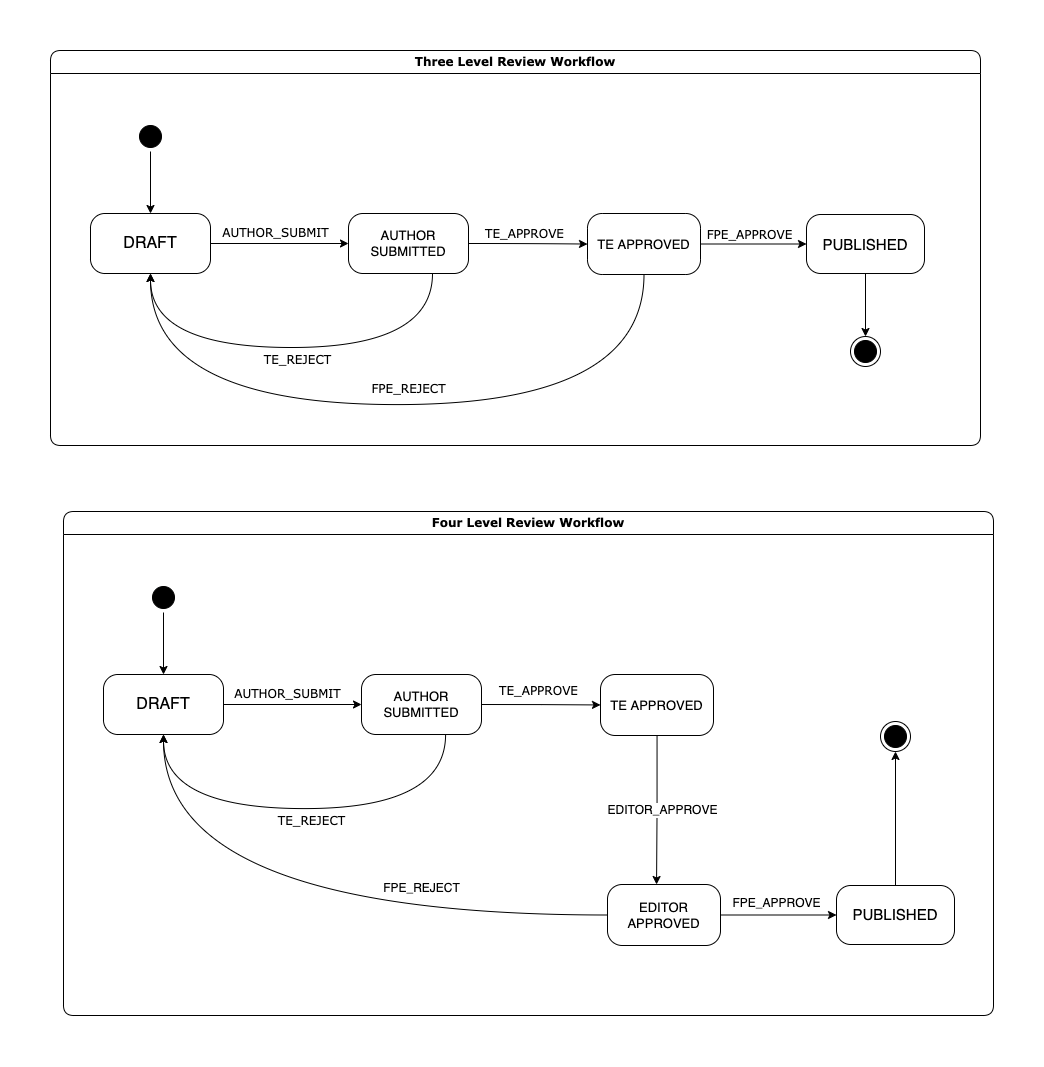
realpacific/spring-statemachine-hateoas-demo keeps this draw.io diagram as state_diagram.png. Above is the earlier version. Source tidied: cells renumbered, new cells last; positions are measured from the earlier drawing's top-left corner, leaving out a move shared by most shapes. Source of this version:
```xml
<mxGraphModel>
  <root>
    <mxCell id="0" />
    <mxCell id="1" parent="0" />
    <mxCell id="2" value="Three Level Review Workflow" style="swimlane;whiteSpace=wrap;html=1;rounded=1;shadow=0;comic=0;labelBackgroundColor=none;strokeWidth=1;fontFamily=Verdana;fontSize=12;align=center;" parent="1" vertex="1">
      <mxGeometry width="930" height="395" as="geometry" />
    </mxCell>
    <mxCell id="3" style="ellipse;html=1;shape=endState;rounded=1;shadow=0;comic=0;labelBackgroundColor=none;fontFamily=Verdana;fontSize=12;align=center;fillColor=#000000;" parent="2" vertex="1">
      <mxGeometry x="800" y="286" width="30" height="30" as="geometry" />
    </mxCell>
    <mxCell id="4" style="edgeStyle=orthogonalEdgeStyle;rounded=1;jettySize=auto;html=1;fontFamily=Helvetica;fontSize=16;curved=1;" parent="2" edge="1" source="5" target="13">
      <mxGeometry relative="1" as="geometry" />
    </mxCell>
    <mxCell id="5" value="&lt;p style=&quot;font-size: 16px;&quot;&gt;&lt;font style=&quot;font-size: 16px;&quot;&gt;DRAFT&lt;/font&gt;&lt;/p&gt;" style="rounded=1;whiteSpace=wrap;html=1;arcSize=24;shadow=0;comic=0;labelBackgroundColor=none;fontFamily=Helvetica;fontSize=16;align=center;" parent="2" vertex="1">
      <mxGeometry x="40" y="163" width="120" height="60" as="geometry" />
    </mxCell>
    <mxCell id="6" style="edgeStyle=orthogonalEdgeStyle;rounded=1;jettySize=auto;html=1;exitX=1;exitY=0.5;exitDx=0;exitDy=0;fontFamily=Helvetica;fontSize=16;curved=1;" parent="2" edge="1" source="8" target="10">
      <mxGeometry relative="1" as="geometry" />
    </mxCell>
    <mxCell id="7" style="edgeStyle=orthogonalEdgeStyle;curved=1;jettySize=auto;html=1;exitX=0.5;exitY=1;exitDx=0;exitDy=0;entryX=0.5;entryY=1;entryDx=0;entryDy=0;rounded=1;" parent="2" edge="1" source="8" target="5">
      <mxGeometry relative="1" as="geometry">
        <Array as="points">
          <mxPoint x="593" y="354" />
          <mxPoint x="100" y="354" />
        </Array>
      </mxGeometry>
    </mxCell>
    <mxCell id="8" value="&lt;span style=&quot;font-family: &amp;#34;helvetica&amp;#34;&quot;&gt;&lt;font style=&quot;font-size: 13px&quot;&gt;TE APPROVED&lt;/font&gt;&lt;/span&gt;" style="rounded=1;whiteSpace=wrap;html=1;arcSize=24;shadow=0;comic=0;labelBackgroundColor=none;fontFamily=Verdana;fontSize=12;align=center;" parent="2" vertex="1">
      <mxGeometry x="537" y="163" width="113" height="61" as="geometry" />
    </mxCell>
    <mxCell id="9" style="edgeStyle=orthogonalEdgeStyle;curved=0;rounded=1;jettySize=auto;html=1;entryX=0.5;entryY=0;entryDx=0;entryDy=0;" parent="2" edge="1" source="10" target="3">
      <mxGeometry relative="1" as="geometry" />
    </mxCell>
    <mxCell id="10" value="&lt;span style=&quot;font-family: &amp;#34;helvetica&amp;#34;&quot;&gt;&lt;font style=&quot;font-size: 15px&quot;&gt;PUBLISHED&lt;/font&gt;&lt;/span&gt;" style="rounded=1;whiteSpace=wrap;html=1;arcSize=24;shadow=0;comic=0;labelBackgroundColor=none;fontFamily=Verdana;fontSize=12;align=center;" parent="2" vertex="1">
      <mxGeometry x="756" y="164" width="118" height="59" as="geometry" />
    </mxCell>
    <mxCell id="11" style="edgeStyle=orthogonalEdgeStyle;rounded=1;jettySize=auto;html=1;exitX=1;exitY=0.5;exitDx=0;exitDy=0;fontFamily=Helvetica;fontSize=16;curved=1;" parent="2" edge="1" source="13" target="8">
      <mxGeometry relative="1" as="geometry" />
    </mxCell>
    <mxCell id="12" style="edgeStyle=orthogonalEdgeStyle;curved=1;jettySize=auto;html=1;entryX=0.5;entryY=1;entryDx=0;entryDy=0;rounded=1;" parent="2" edge="1" source="13" target="5">
      <mxGeometry relative="1" as="geometry">
        <Array as="points">
          <mxPoint x="382" y="297" />
          <mxPoint x="100" y="297" />
        </Array>
      </mxGeometry>
    </mxCell>
    <mxCell id="13" value="&lt;p style=&quot;font-size: 13px;&quot;&gt;&lt;font style=&quot;font-size: 13px;&quot;&gt;AUTHOR SUBMITTED&lt;/font&gt;&lt;/p&gt;" style="rounded=1;whiteSpace=wrap;html=1;arcSize=24;shadow=0;comic=0;labelBackgroundColor=none;fontFamily=Helvetica;fontSize=13;align=center;" parent="2" vertex="1">
      <mxGeometry x="298" y="163" width="120" height="60" as="geometry" />
    </mxCell>
    <mxCell id="14" style="edgeStyle=orthogonalEdgeStyle;rounded=1;jettySize=auto;html=1;exitX=1;exitY=0.5;exitDx=0;exitDy=0;fontFamily=Helvetica;fontSize=16;curved=1;" parent="2" edge="1" source="15" target="5">
      <mxGeometry relative="1" as="geometry" />
    </mxCell>
    <mxCell id="15" style="ellipse;html=1;shape=startState;rounded=1;shadow=0;comic=0;labelBackgroundColor=none;fontFamily=Verdana;fontSize=12;align=center;direction=south;fillColor=#000000;" parent="2" vertex="1">
      <mxGeometry x="85" y="71" width="30" height="30" as="geometry" />
    </mxCell>
    <mxCell id="16" value="AUTHOR_SUBMIT" style="text;html=1;align=center;verticalAlign=middle;strokeColor=none;fillColor=none;fontSize=12;fontFamily=Verdana;rounded=1;fontStyle=0;" parent="2" vertex="1">
      <mxGeometry x="166" y="174" width="117" height="18" as="geometry" />
    </mxCell>
    <mxCell id="17" value="FPE_REJECT" style="text;html=1;align=center;verticalAlign=middle;strokeColor=none;fillColor=none;fontSize=12;fontFamily=Verdana;rounded=1;fontStyle=0;" parent="2" vertex="1">
      <mxGeometry x="319" y="330" width="78" height="17" as="geometry" />
    </mxCell>
    <mxCell id="18" value="TE_REJECT" style="text;html=1;align=center;verticalAlign=middle;strokeColor=none;fillColor=none;rounded=1;fontFamily=Verdana;fontStyle=0;" parent="2" vertex="1">
      <mxGeometry x="208" y="301" width="79" height="18" as="geometry" />
    </mxCell>
    <mxCell id="19" value="TE_APPROVE" style="text;html=1;align=center;verticalAlign=middle;strokeColor=none;fillColor=none;fontSize=12;fontFamily=Verdana;rounded=1;fontStyle=0;" parent="1" vertex="1">
      <mxGeometry x="433" y="175" width="82" height="17" as="geometry" />
    </mxCell>
    <mxCell id="20" value="FPE_APPROVE" style="text;html=1;align=center;verticalAlign=middle;strokeColor=none;fillColor=none;fontSize=12;fontFamily=Verdana;rounded=1;fontStyle=0;" parent="1" vertex="1">
      <mxGeometry x="655" y="176" width="88" height="17" as="geometry" />
    </mxCell>
    <mxCell id="21" value="Four Level Review Workflow" style="swimlane;whiteSpace=wrap;html=1;rounded=1;shadow=0;comic=0;labelBackgroundColor=none;strokeWidth=1;fontFamily=Verdana;fontSize=12;align=center;" parent="1" vertex="1">
      <mxGeometry x="13" y="461" width="930" height="504" as="geometry" />
    </mxCell>
    <mxCell id="22" style="ellipse;html=1;shape=endState;rounded=1;shadow=0;comic=0;labelBackgroundColor=none;fontFamily=Verdana;fontSize=12;align=center;fillColor=#000000;" parent="21" vertex="1">
      <mxGeometry x="817" y="210" width="30" height="30" as="geometry" />
    </mxCell>
    <mxCell id="23" style="edgeStyle=orthogonalEdgeStyle;rounded=1;jettySize=auto;html=1;fontFamily=Helvetica;fontSize=16;curved=1;" parent="21" edge="1" source="24" target="31">
      <mxGeometry relative="1" as="geometry" />
    </mxCell>
    <mxCell id="24" value="&lt;p style=&quot;font-size: 16px;&quot;&gt;&lt;font style=&quot;font-size: 16px;&quot;&gt;DRAFT&lt;/font&gt;&lt;/p&gt;" style="rounded=1;whiteSpace=wrap;html=1;arcSize=24;shadow=0;comic=0;labelBackgroundColor=none;fontFamily=Helvetica;fontSize=16;align=center;" parent="21" vertex="1">
      <mxGeometry x="40" y="163" width="120" height="60" as="geometry" />
    </mxCell>
    <mxCell id="25" style="edgeStyle=orthogonalEdgeStyle;curved=1;rounded=1;jettySize=auto;html=1;entryX=0.434;entryY=0;entryDx=0;entryDy=0;entryPerimeter=0;fontSize=12;" parent="21" edge="1" source="26" target="38">
      <mxGeometry relative="1" as="geometry" />
    </mxCell>
    <mxCell id="26" value="&lt;span style=&quot;font-family: &amp;#34;helvetica&amp;#34;&quot;&gt;&lt;font style=&quot;font-size: 13px&quot;&gt;TE APPROVED&lt;/font&gt;&lt;/span&gt;" style="rounded=1;whiteSpace=wrap;html=1;arcSize=24;shadow=0;comic=0;labelBackgroundColor=none;fontFamily=Verdana;fontSize=12;align=center;" parent="21" vertex="1">
      <mxGeometry x="537" y="163" width="113" height="61" as="geometry" />
    </mxCell>
    <mxCell id="27" style="edgeStyle=orthogonalEdgeStyle;curved=1;rounded=1;jettySize=auto;html=1;entryX=0.5;entryY=1;entryDx=0;entryDy=0;fontSize=12;" parent="21" edge="1" source="28" target="22">
      <mxGeometry relative="1" as="geometry" />
    </mxCell>
    <mxCell id="28" value="&lt;span style=&quot;font-family: &amp;#34;helvetica&amp;#34;&quot;&gt;&lt;font style=&quot;font-size: 15px&quot;&gt;PUBLISHED&lt;/font&gt;&lt;/span&gt;" style="rounded=1;whiteSpace=wrap;html=1;arcSize=24;shadow=0;comic=0;labelBackgroundColor=none;fontFamily=Verdana;fontSize=12;align=center;" parent="21" vertex="1">
      <mxGeometry x="773" y="374" width="118" height="59" as="geometry" />
    </mxCell>
    <mxCell id="29" style="edgeStyle=orthogonalEdgeStyle;rounded=1;jettySize=auto;html=1;exitX=1;exitY=0.5;exitDx=0;exitDy=0;fontFamily=Helvetica;fontSize=16;curved=1;" parent="21" edge="1" source="31" target="26">
      <mxGeometry relative="1" as="geometry" />
    </mxCell>
    <mxCell id="30" style="edgeStyle=orthogonalEdgeStyle;curved=1;jettySize=auto;html=1;entryX=0.5;entryY=1;entryDx=0;entryDy=0;rounded=1;" parent="21" edge="1" source="31" target="24">
      <mxGeometry relative="1" as="geometry">
        <Array as="points">
          <mxPoint x="382" y="297" />
          <mxPoint x="100" y="297" />
        </Array>
      </mxGeometry>
    </mxCell>
    <mxCell id="31" value="&lt;p style=&quot;font-size: 13px;&quot;&gt;&lt;font style=&quot;font-size: 13px;&quot;&gt;AUTHOR SUBMITTED&lt;/font&gt;&lt;/p&gt;" style="rounded=1;whiteSpace=wrap;html=1;arcSize=24;shadow=0;comic=0;labelBackgroundColor=none;fontFamily=Helvetica;fontSize=13;align=center;" parent="21" vertex="1">
      <mxGeometry x="298" y="163" width="120" height="60" as="geometry" />
    </mxCell>
    <mxCell id="32" style="edgeStyle=orthogonalEdgeStyle;rounded=1;jettySize=auto;html=1;exitX=1;exitY=0.5;exitDx=0;exitDy=0;fontFamily=Helvetica;fontSize=16;curved=1;" parent="21" edge="1" source="33" target="24">
      <mxGeometry relative="1" as="geometry" />
    </mxCell>
    <mxCell id="33" style="ellipse;html=1;shape=startState;rounded=1;shadow=0;comic=0;labelBackgroundColor=none;fontFamily=Verdana;fontSize=12;align=center;direction=south;fillColor=#000000;" parent="21" vertex="1">
      <mxGeometry x="85" y="71" width="30" height="30" as="geometry" />
    </mxCell>
    <mxCell id="34" value="AUTHOR_SUBMIT" style="text;html=1;align=center;verticalAlign=middle;strokeColor=none;fillColor=none;fontSize=12;fontFamily=Verdana;rounded=1;fontStyle=0;" parent="21" vertex="1">
      <mxGeometry x="166" y="174" width="117" height="18" as="geometry" />
    </mxCell>
    <mxCell id="35" value="TE_REJECT" style="text;html=1;align=center;verticalAlign=middle;strokeColor=none;fillColor=none;rounded=1;fontFamily=Verdana;fontStyle=0;" parent="21" vertex="1">
      <mxGeometry x="208" y="301" width="79" height="18" as="geometry" />
    </mxCell>
    <mxCell id="36" style="edgeStyle=orthogonalEdgeStyle;curved=1;rounded=1;jettySize=auto;html=1;fontSize=12;" parent="21" edge="1" source="38" target="28">
      <mxGeometry relative="1" as="geometry" />
    </mxCell>
    <mxCell id="37" style="edgeStyle=orthogonalEdgeStyle;jettySize=auto;html=1;exitX=0;exitY=0.5;exitDx=0;exitDy=0;entryX=0.5;entryY=1;entryDx=0;entryDy=0;curved=1;" parent="21" edge="1" source="38" target="24">
      <mxGeometry relative="1" as="geometry" />
    </mxCell>
    <mxCell id="38" value="&lt;span style=&quot;font-family: &amp;#34;helvetica&amp;#34;&quot;&gt;&lt;font style=&quot;font-size: 13px&quot;&gt;EDITOR APPROVED&lt;/font&gt;&lt;/span&gt;" style="rounded=1;whiteSpace=wrap;html=1;arcSize=24;shadow=0;comic=0;labelBackgroundColor=none;fontFamily=Verdana;fontSize=12;align=center;" parent="21" vertex="1">
      <mxGeometry x="544" y="373" width="113" height="61" as="geometry" />
    </mxCell>
    <mxCell id="39" value="EDITOR_APPROVE" style="edgeLabel;html=1;align=center;verticalAlign=middle;fontSize=12;" parent="21" vertex="1">
      <mxGeometry x="598" y="298" as="geometry" />
    </mxCell>
    <mxCell id="40" value="FPE_APPROVE" style="text;html=1;align=center;verticalAlign=middle;strokeColor=none;fillColor=none;fontSize=12;" parent="21" vertex="1">
      <mxGeometry x="664" y="383" width="98" height="18" as="geometry" />
    </mxCell>
    <mxCell id="41" value="FPE_REJECT" style="text;html=1;align=center;verticalAlign=middle;strokeColor=none;fillColor=none;" parent="21" vertex="1">
      <mxGeometry x="314.5" y="368" width="87" height="18" as="geometry" />
    </mxCell>
    <mxCell id="42" value="TE_APPROVE" style="text;html=1;align=center;verticalAlign=middle;strokeColor=none;fillColor=none;fontSize=12;fontFamily=Verdana;rounded=1;fontStyle=0;" parent="1" vertex="1">
      <mxGeometry x="447" y="632" width="82" height="17" as="geometry" />
    </mxCell>
    <mxCell id="43" value="&lt;span style=&quot;color: rgba(0 , 0 , 0 , 0) ; font-family: monospace ; font-size: 0px&quot;&gt;%3CmxGraphModel%3E%3Croot%3E%3CmxCell%20id%3D%220%22%2F%3E%3CmxCell%20id%3D%221%22%20parent%3D%220%22%2F%3E%3CmxCell%20id%3D%222%22%20value%3D%22EDITOR_APPROVE%22%20style%3D%22edgeLabel%3Bhtml%3D1%3Balign%3Dcenter%3BverticalAlign%3Dmiddle%3Bresizable%3D0%3Bpoints%3D%5B%5D%3BfontSize%3D12%3B%22%20vertex%3D%221%22%20connectable%3D%220%22%20parent%3D%221%22%3E%3CmxGeometry%20x%3D%22660.5%22%20y%3D%22806%22%20as%3D%22geometry%22%2F%3E%3C%2FmxCell%3E%3C%2Froot%3E%3C%2FmxGraphModel%3E&lt;/span&gt;" style="text;html=1;align=center;verticalAlign=middle;strokeColor=none;fillColor=none;fontSize=12;" parent="1" vertex="1">
      <mxGeometry x="620" y="727" width="10" height="22" as="geometry" />
    </mxCell>
  </root>
</mxGraphModel>
```
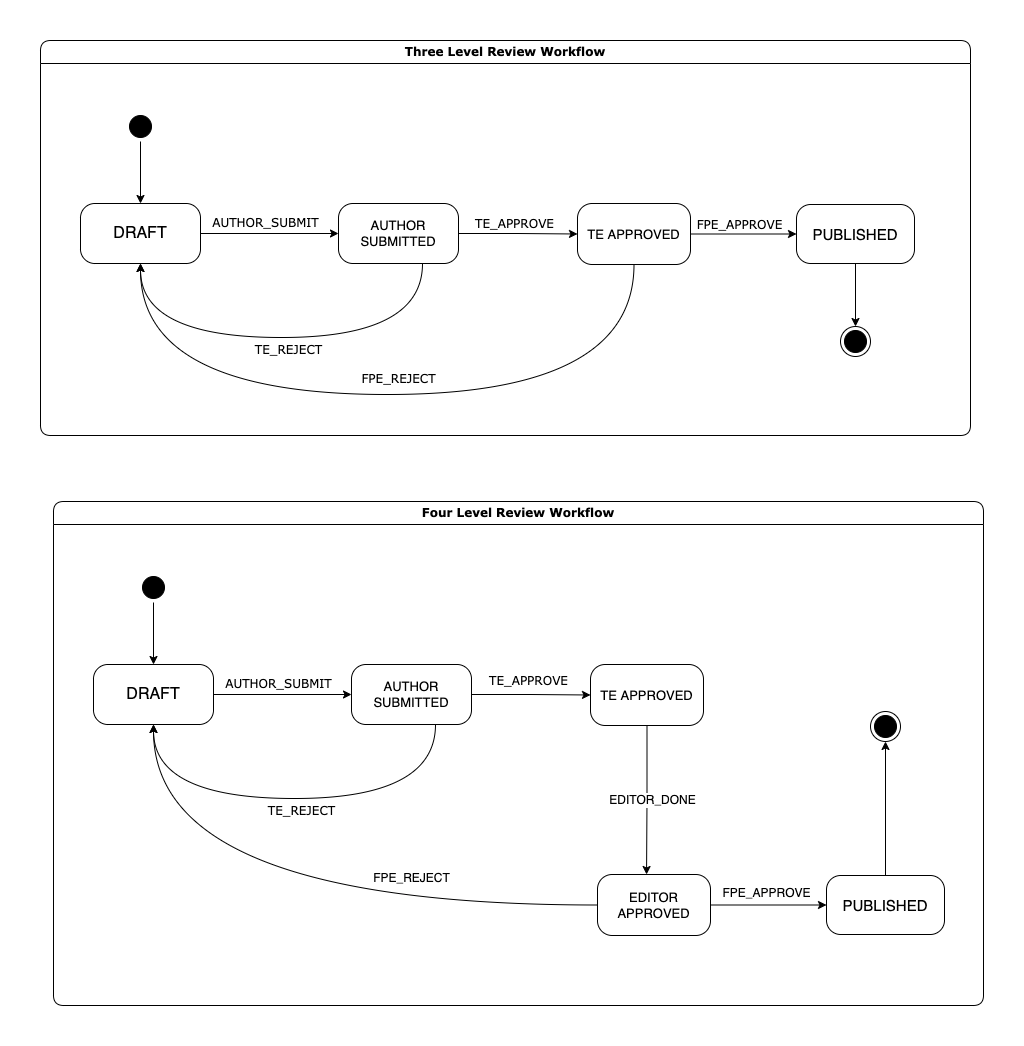
After the commit.

Commit message:
Updated state diagram

Diff of the diagram source:
```diff
@@ -128,7 +128,7 @@
     <mxCell id="38" value="&lt;span style=&quot;font-family: &amp;#34;helvetica&amp;#34;&quot;&gt;&lt;font style=&quot;font-size: 13px&quot;&gt;EDITOR APPROVED&lt;/font&gt;&lt;/span&gt;" style="rounded=1;whiteSpace=wrap;html=1;arcSize=24;shadow=0;comic=0;labelBackgroundColor=none;fontFamily=Verdana;fontSize=12;align=center;" parent="21" vertex="1">
       <mxGeometry x="544" y="373" width="113" height="61" as="geometry" />
     </mxCell>
-    <mxCell id="39" value="EDITOR_APPROVE" style="edgeLabel;html=1;align=center;verticalAlign=middle;fontSize=12;" parent="21" vertex="1">
+    <mxCell id="39" value="EDITOR_DONE" style="edgeLabel;html=1;align=center;verticalAlign=middle;fontSize=12;" parent="21" vertex="1">
       <mxGeometry x="598" y="298" as="geometry" />
     </mxCell>
     <mxCell id="40" value="FPE_APPROVE" style="text;html=1;align=center;verticalAlign=middle;strokeColor=none;fillColor=none;fontSize=12;" parent="21" vertex="1">
```
